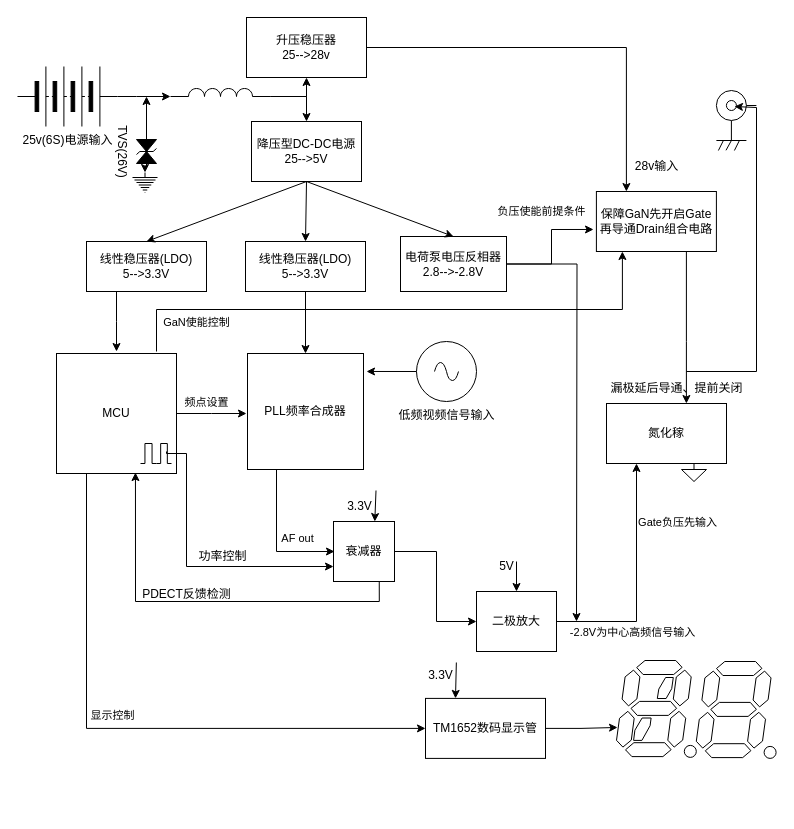
Above: FFT4960_diagram.drawio in lizpcarl/solarBMS (draw.io), before the change. Source tidied: cells renumbered, new cells numbered last; positions are measured from the earlier drawing's top-left corner, leaving out a move shared by most shapes. Both pictures are drawn from the tidied source at 100%, with x=0, y=0 at pixel (17, 17).
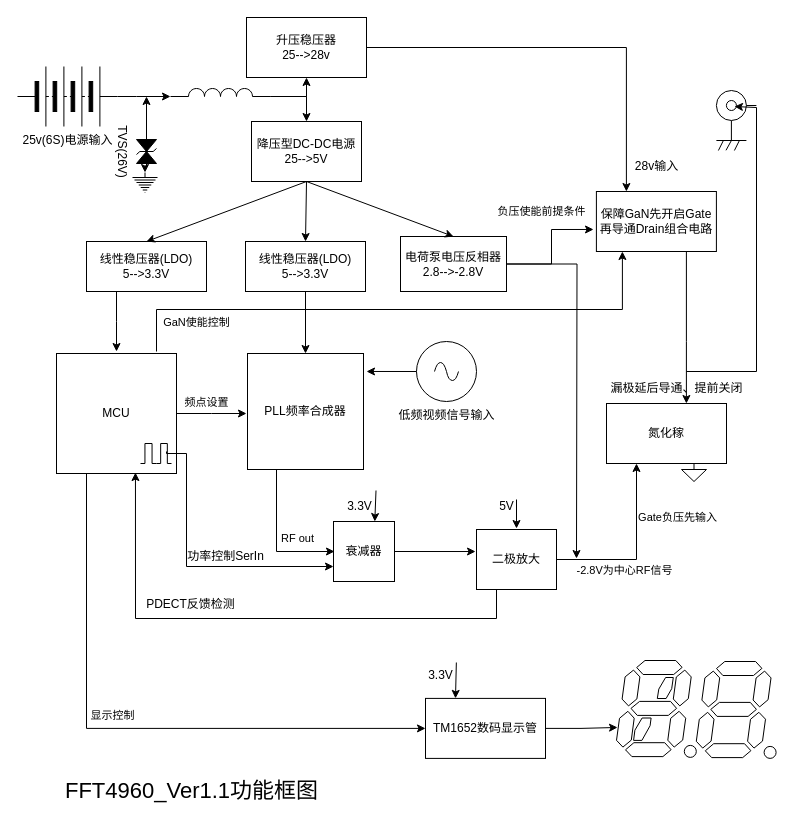
The same page after the edit.

Unchanged cells that the change refers to:
```xml
<mxCell id="6" value="MCU" style="whiteSpace=wrap;html=1;" parent="1" vertex="1">
  <mxGeometry x="39" y="336" width="120" height="120" as="geometry" />
</mxCell>
<mxCell id="23" value="电荷泵电压反相器&lt;div&gt;2.8--&amp;gt;-2.8V&lt;/div&gt;" style="rounded=0;whiteSpace=wrap;html=1;" parent="1" vertex="1">
  <mxGeometry x="383" y="219" width="106" height="55" as="geometry" />
</mxCell>
<mxCell id="34" style="edgeStyle=orthogonalEdgeStyle;rounded=0;jettySize=auto;html=1;exitX=0.75;exitY=1;exitDx=0;exitDy=0;" parent="1" edge="1" source="21">
  <mxGeometry relative="1" as="geometry">
    <mxPoint x="317" y="534" as="targetPoint" />
    <Array as="points">
      <mxPoint x="259" y="452" />
      <mxPoint x="259" y="534" />
    </Array>
  </mxGeometry>
</mxCell>
<mxCell id="36" style="edgeStyle=orthogonalEdgeStyle;rounded=0;jettySize=auto;html=1;exitX=1;exitY=0.5;exitDx=0;exitDy=0;entryX=0.25;entryY=1;entryDx=0;entryDy=0;" parent="1" edge="1" source="39" target="28">
  <mxGeometry relative="1" as="geometry" />
</mxCell>
<mxCell id="58" value="&lt;span style=&quot;text-wrap-mode: nowrap;&quot;&gt;衰减器&lt;/span&gt;" style="rounded=0;whiteSpace=wrap;html=1;" parent="1" vertex="1">
  <mxGeometry x="316" y="504" width="61" height="60" as="geometry" />
</mxCell>
```

Change to the diagram source:
```diff
@@
     <mxCell id="22" style="edgeStyle=orthogonalEdgeStyle;rounded=0;jettySize=auto;html=1;exitX=1;exitY=0.5;exitDx=0;exitDy=0;" parent="1" edge="1" source="23">
       <mxGeometry relative="1" as="geometry">
-        <mxPoint x="559" y="604" as="targetPoint" />
+        <mxPoint x="559" y="541" as="targetPoint" />
       </mxGeometry>
     </mxCell>
@@
-    <mxCell id="35" value="AF out" style="edgeLabel;html=1;align=center;verticalAlign=middle;" parent="34" vertex="1">
+    <mxCell id="35" value="RF out" style="edgeLabel;html=1;align=center;verticalAlign=middle;" parent="34" vertex="1">
       <mxGeometry x="0.32" relative="1" as="geometry">
         <mxPoint x="20" y="-5" as="offset" />
       </mxGeometry>
     </mxCell>
@@
-    <mxCell id="37" value="-2.8V为中心高频信号输入" style="edgeLabel;html=1;align=center;verticalAlign=middle;" parent="36" vertex="1">
+    <mxCell id="37" value="-2.8V为中心RF信号" style="edgeLabel;html=1;align=center;verticalAlign=middle;" parent="36" vertex="1">
       <mxGeometry x="-0.73" y="-1" relative="1" as="geometry">
         <mxPoint x="43" y="9" as="offset" />
       </mxGeometry>
     </mxCell>
@@
     <mxCell id="39" value="二极放大" style="rounded=0;whiteSpace=wrap;html=1;" parent="1" vertex="1">
-      <mxGeometry x="459" y="574" width="80" height="60" as="geometry" />
+      <mxGeometry x="459" y="512" width="80" height="60" as="geometry" />
     </mxCell>
@@
-    <mxCell id="42" style="edgeStyle=orthogonalEdgeStyle;rounded=0;jettySize=auto;html=1;exitX=1;exitY=0.5;exitDx=0;exitDy=0;" parent="1" edge="1" source="58" target="39">
-      <mxGeometry relative="1" as="geometry">
-        <Array as="points">
-          <mxPoint x="419" y="534" />
-          <mxPoint x="419" y="604" />
-        </Array>
-      </mxGeometry>
-    </mxCell>
@@
-    <mxCell id="52" value="功率控制" style="text;html=1;align=center;verticalAlign=middle;strokeColor=none;fillColor=none;" parent="1" vertex="1">
-      <mxGeometry x="170" y="524" width="70" height="30" as="geometry" />
+    <mxCell id="52" value="功率控制SerIn" style="text;html=1;align=center;verticalAlign=middle;strokeColor=none;fillColor=none;" parent="1" vertex="1">
+      <mxGeometry x="158" y="524" width="100" height="30" as="geometry" />
     </mxCell>
@@
-    <mxCell id="57" style="edgeStyle=orthogonalEdgeStyle;rounded=0;jettySize=auto;html=1;exitX=0.75;exitY=1;exitDx=0;exitDy=0;entryX=0.658;entryY=0.992;entryDx=0;entryDy=0;entryPerimeter=0;" parent="1" edge="1" source="58" target="6">
-      <mxGeometry relative="1" as="geometry" />
+    <mxCell id="57" style="edgeStyle=orthogonalEdgeStyle;rounded=0;jettySize=auto;html=1;exitX=0.25;exitY=1;exitDx=0;exitDy=0;entryX=0.658;entryY=0.992;entryDx=0;entryDy=0;entryPerimeter=0;" parent="1" edge="1" source="39" target="6">
+      <mxGeometry relative="1" as="geometry">
+        <Array as="points">
+          <mxPoint x="479" y="601" />
+          <mxPoint x="118" y="601" />
+        </Array>
+      </mxGeometry>
     </mxCell>
@@
     <mxCell id="59" value="PDECT反馈检测" style="text;html=1;align=center;verticalAlign=middle;strokeColor=none;fillColor=none;" parent="1" vertex="1">
-      <mxGeometry x="114" y="562" width="110" height="30" as="geometry" />
+      <mxGeometry x="118" y="572" width="110" height="30" as="geometry" />
     </mxCell>
@@
     <mxCell id="63" value="5V" style="text;html=1;align=center;verticalAlign=middle;strokeColor=none;fillColor=none;" parent="1" vertex="1">
-      <mxGeometry x="469" y="534" width="40" height="30" as="geometry" />
+      <mxGeometry x="469" y="474" width="40" height="30" as="geometry" />
     </mxCell>
@@
-    <mxCell id="65" style="endArrow=classic;html=1;rounded=0;entryX=0.5;entryY=0;entryDx=0;entryDy=0;" parent="1" edge="1" target="39">
+    <mxCell id="65" style="endArrow=classic;html=1;rounded=0;" parent="1" edge="1">
       <mxGeometry relative="1" as="geometry">
-        <mxPoint x="499" y="544" as="sourcePoint" />
+        <mxPoint x="499" y="482" as="sourcePoint" />
+        <mxPoint x="499" y="511" as="targetPoint" />
       </mxGeometry>
     </mxCell>
@@
+    <mxCell id="68" value="&lt;font style=&quot;font-size: 22px;&quot;&gt;FFT4960_Ver1.1功能框图&lt;/font&gt;" style="text;html=1;align=center;verticalAlign=middle;strokeColor=none;fillColor=none;" parent="1" vertex="1">
+      <mxGeometry x="34" y="754" width="280" height="40" as="geometry" />
+    </mxCell>
+    <mxCell id="42" style="edgeStyle=orthogonalEdgeStyle;rounded=0;jettySize=auto;html=1;exitX=1;exitY=0.5;exitDx=0;exitDy=0;entryX=-0.012;entryY=0.367;entryDx=0;entryDy=0;entryPerimeter=0;" parent="1" edge="1" source="58" target="39">
+      <mxGeometry relative="1" as="geometry" />
+    </mxCell>
```
